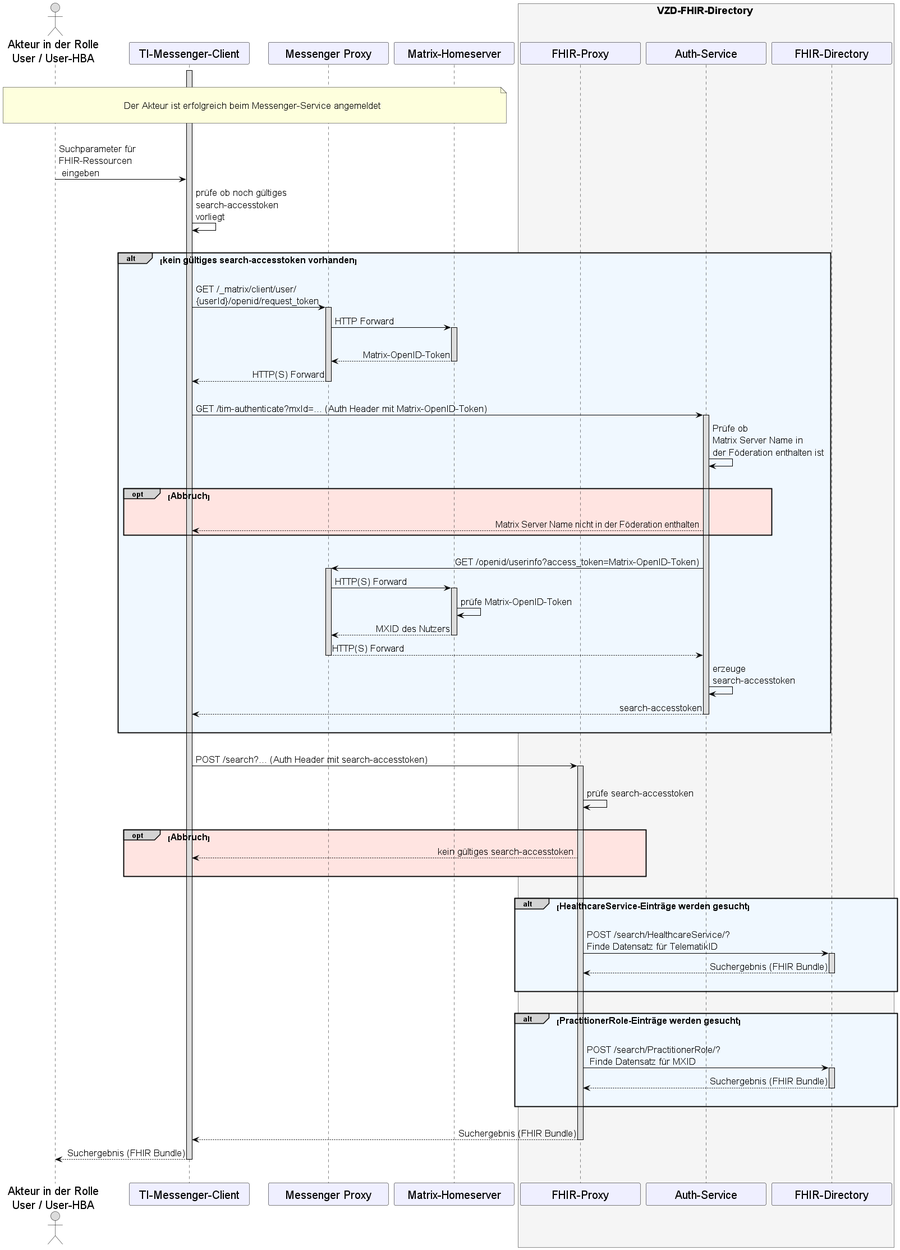
Above: images/diagrams/TI-Messenger-Dienst/Ressourcen/UC_Directory_search_Seq.png in gematik/api-ti-messenger (PlantUML), before the change.
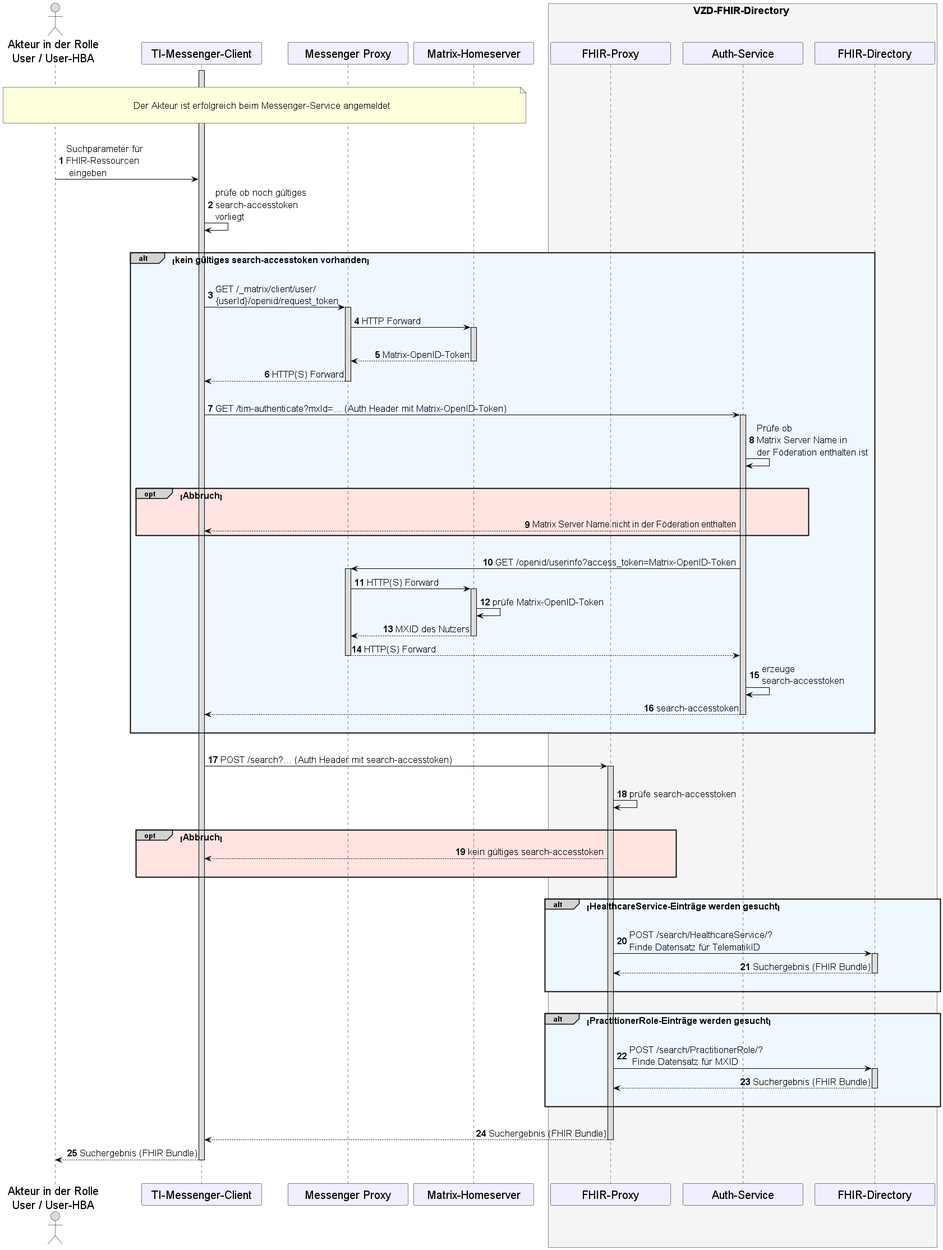
The same diagram one commit later.

Change to the diagram source:
```diff
@@ -22,16 +22,19 @@
 ActorBackgroundColor Gainsboro
 ActorFontColor black
 ActorFontSize 20
+
 }
-    actor U as "Akteur in der Rolle\nUser / User-HBA"
-    participant cl as "TI-Messenger-Client"
-    participant mp as "Messenger Proxy"
-    participant hs as "Matrix-Homeserver"
-    box <size:18>VZD-FHIR-Directory</size> #WhiteSmoke
-      participant fp as "FHIR-Proxy"
-      participant au as "Auth-Service"
-      participant fd as "FHIR-Directory"
-    end box
+autonumber
+
+actor U as "Akteur in der Rolle\nUser / User-HBA"
+participant cl as "TI-Messenger-Client"
+participant mp as "Messenger Proxy"
+participant hs as "Matrix-Homeserver"
+box <size:18>VZD-FHIR-Directory</size> #WhiteSmoke
+  participant fp as "FHIR-Proxy"
+  participant au as "Auth-Service"
+  participant fd as "FHIR-Directory"
+end box
 
 |||
 note over U, hs: \n<size:17>Der Akteur ist erfolgreich beim Messenger-Service angemeldet</size>\n
@@ -69,7 +72,7 @@
 end
 
 |||
-        au->mp: GET /openid/userinfo?access_token=Matrix-OpenID-Token)
+        au->mp: GET /openid/userinfo?access_token=Matrix-OpenID-Token
           activate mp
         mp->hs: HTTP(S) Forward
           activate hs
```
